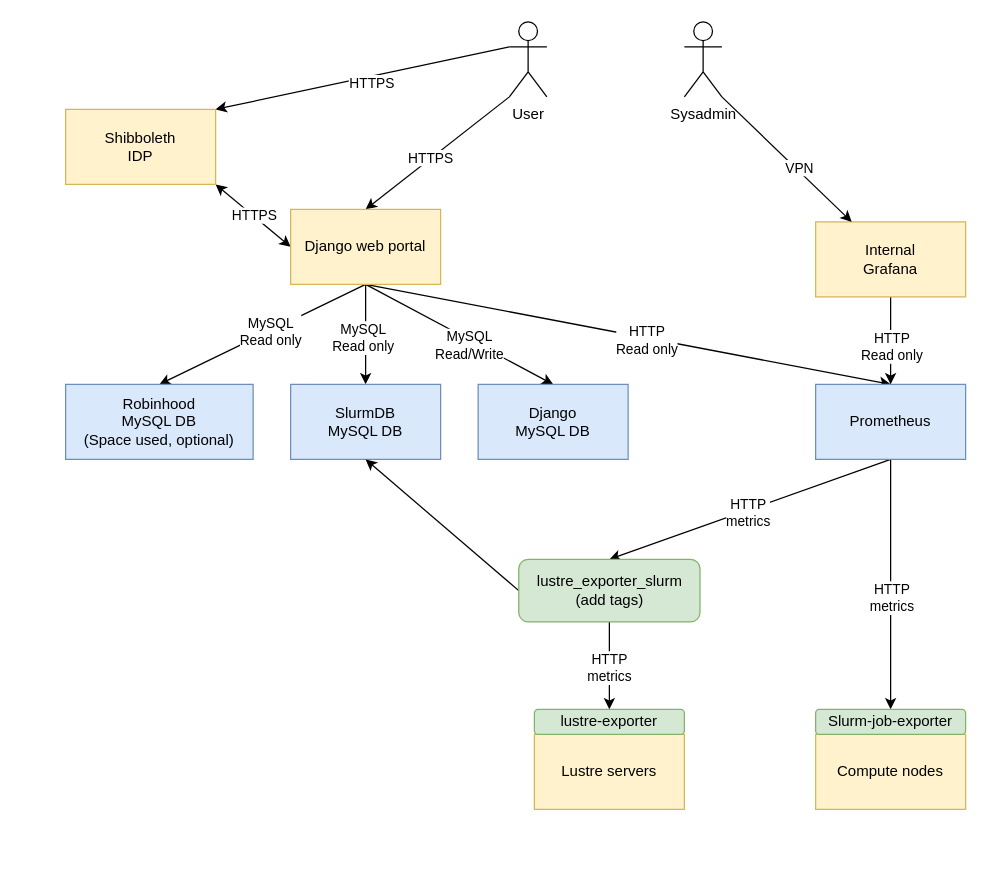
Earlier version of the draw.io diagram docs/userportal.drawio (guilbaults/TrailblazingTurtle). Source tidied: cells renumbered, new cells numbered last; positions are measured from the earlier drawing's top-left corner, leaving out a move shared by most shapes. Both pictures are drawn from the tidied source at 125%, with x=0, y=0 at pixel (65, 21).
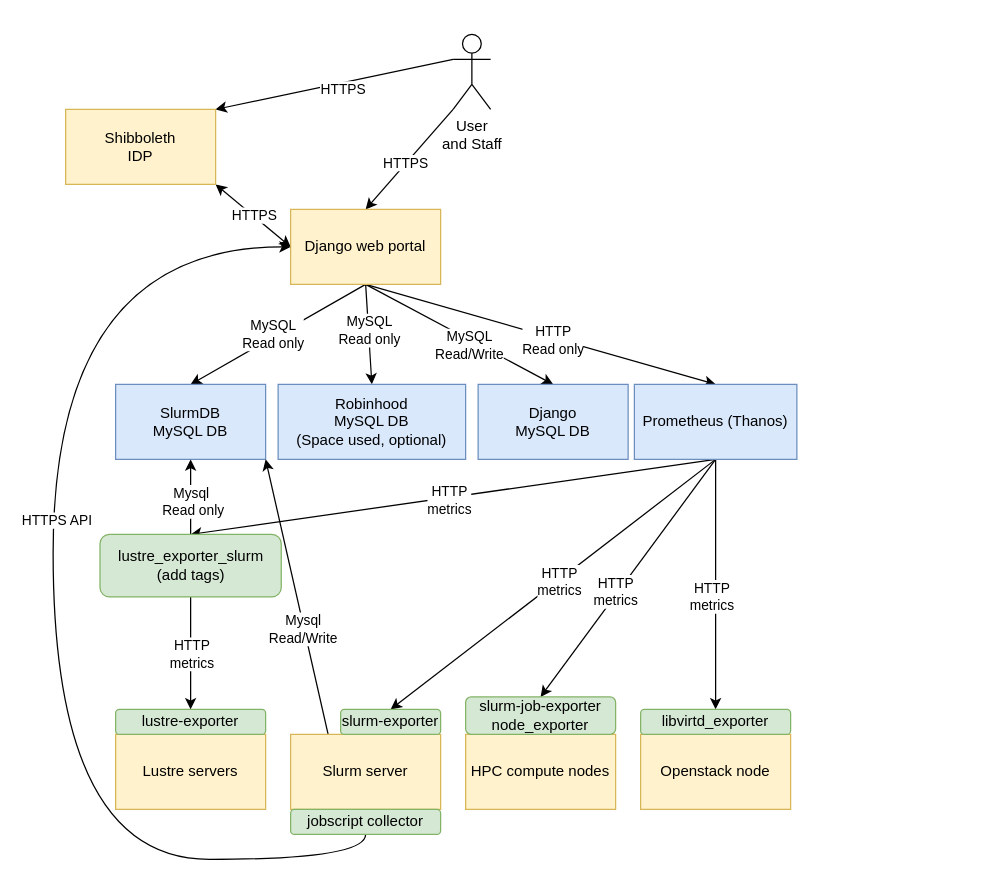
Above is the later version.

Commit message (it also covers changes not shown here):
Updating design diagram

Unchanged cells that the change refers to:
```xml
<mxCell id="17" value="Django web portal" style="rounded=0;whiteSpace=wrap;html=1;fillColor=#fff2cc;strokeColor=#d6b656;" parent="1" vertex="1">
  <mxGeometry x="180" y="150" width="120" height="60" as="geometry" />
</mxCell>
<mxCell id="20" style="edgeStyle=none;rounded=0;jettySize=auto;html=1;exitX=0.5;exitY=1;exitDx=0;exitDy=0;entryX=0.5;entryY=0;entryDx=0;entryDy=0;" parent="1" edge="1" source="22" target="28">
  <mxGeometry relative="1" as="geometry" />
</mxCell>
```

Diff of the diagram source:
```diff
@@
-    <mxCell id="6" value="User" style="shape=umlActor;verticalLabelPosition=bottom;verticalAlign=top;html=1;outlineConnect=0;" parent="1" vertex="1">
-      <mxGeometry x="355" width="30" height="60" as="geometry" />
+    <mxCell id="6" value="User&lt;br&gt;and Staff" style="shape=umlActor;verticalLabelPosition=bottom;verticalAlign=top;html=1;outlineConnect=0;" parent="1" vertex="1">
+      <mxGeometry x="310" y="10" width="30" height="60" as="geometry" />
     </mxCell>
@@
-    <mxCell id="21" value="HTTP&lt;br&gt;metrics" style="edgeLabel;html=1;align=center;verticalAlign=middle;" parent="20" vertex="1">
-      <mxGeometry x="-0.34" y="2" relative="1" as="geometry">
-        <mxPoint x="-2" y="44" as="offset" />
-      </mxGeometry>
-    </mxCell>
+    <mxCell id="41" value="HTTP&lt;br&gt;metrics" style="edgeLabel;html=1;align=center;verticalAlign=middle;" parent="20" vertex="1">
+      <mxGeometry x="0.13" y="-2" relative="1" as="geometry" />
+    </mxCell>
+    <mxCell id="42" style="rounded=0;jettySize=auto;html=1;exitX=0.5;exitY=1;exitDx=0;exitDy=0;entryX=0.5;entryY=0;entryDx=0;entryDy=0;" parent="1" edge="1" source="22" target="48">
+      <mxGeometry relative="1" as="geometry" />
+    </mxCell>
+    <mxCell id="43" value="HTTP&lt;br&gt;metrics" style="edgeLabel;html=1;align=center;verticalAlign=middle;" parent="42" vertex="1">
+      <mxGeometry x="0.09" y="-4" relative="1" as="geometry" />
+    </mxCell>
+    <mxCell id="44" style="rounded=0;jettySize=auto;html=1;exitX=0.5;exitY=1;exitDx=0;exitDy=0;entryX=0.5;entryY=0;entryDx=0;entryDy=0;startArrow=none;startFill=0;endArrow=classic;endFill=1;" parent="1" edge="1" source="22" target="52">
+      <mxGeometry relative="1" as="geometry" />
+    </mxCell>
+    <mxCell id="45" value="HTTP&lt;br&gt;metrics" style="edgeLabel;html=1;align=center;verticalAlign=middle;" parent="44" vertex="1">
+      <mxGeometry x="-0.03" y="1" relative="1" as="geometry" />
+    </mxCell>
-    <mxCell id="22" value="Prometheus" style="rounded=0;whiteSpace=wrap;html=1;fillColor=#dae8fc;strokeColor=#6c8ebf;" parent="1" vertex="1">
-      <mxGeometry x="600" y="290" width="120" height="60" as="geometry" />
+    <mxCell id="22" value="Prometheus (Thanos)" style="rounded=0;whiteSpace=wrap;html=1;fillColor=#dae8fc;strokeColor=#6c8ebf;" parent="1" vertex="1">
+      <mxGeometry x="455" y="290" width="130" height="60" as="geometry" />
     </mxCell>
     <mxCell id="23" value="SlurmDB&lt;br&gt;MySQL DB" style="rounded=0;whiteSpace=wrap;html=1;fillColor=#dae8fc;strokeColor=#6c8ebf;" parent="1" vertex="1">
-      <mxGeometry x="180" y="290" width="120" height="60" as="geometry" />
+      <mxGeometry x="40" y="290" width="120" height="60" as="geometry" />
     </mxCell>
     <mxCell id="24" value="Robinhood&lt;br&gt;MySQL DB&lt;br&gt;(Space used, optional)" style="rounded=0;whiteSpace=wrap;html=1;fillColor=#dae8fc;strokeColor=#6c8ebf;" parent="1" vertex="1">
-      <mxGeometry y="290" width="150" height="60" as="geometry" />
+      <mxGeometry x="170" y="290" width="150" height="60" as="geometry" />
     </mxCell>
     <mxCell id="25" value="Lustre servers" style="rounded=0;whiteSpace=wrap;html=1;fillColor=#fff2cc;strokeColor=#d6b656;" parent="1" vertex="1">
-      <mxGeometry x="375" y="570" width="120" height="60" as="geometry" />
+      <mxGeometry x="40" y="570" width="120" height="60" as="geometry" />
     </mxCell>
     <mxCell id="26" value="lustre-exporter" style="rounded=1;whiteSpace=wrap;html=1;fillColor=#d5e8d4;strokeColor=#82b366;" parent="1" vertex="1">
-      <mxGeometry x="375" y="550" width="120" height="20" as="geometry" />
+      <mxGeometry x="40" y="550" width="120" height="20" as="geometry" />
     </mxCell>
-    <mxCell id="27" value="Compute nodes" style="rounded=0;whiteSpace=wrap;html=1;fillColor=#fff2cc;strokeColor=#d6b656;" parent="1" vertex="1">
-      <mxGeometry x="600" y="570" width="120" height="60" as="geometry" />
+    <mxCell id="27" value="HPC compute nodes" style="rounded=0;whiteSpace=wrap;html=1;fillColor=#fff2cc;strokeColor=#d6b656;" parent="1" vertex="1">
+      <mxGeometry x="320" y="570" width="120" height="60" as="geometry" />
     </mxCell>
-    <mxCell id="28" value="Slurm-job-exporter" style="rounded=1;whiteSpace=wrap;html=1;fillColor=#d5e8d4;strokeColor=#82b366;" parent="1" vertex="1">
-      <mxGeometry x="600" y="550" width="120" height="20" as="geometry" />
+    <mxCell id="28" value="slurm-job-exporter&lt;br&gt;node_exporter" style="rounded=1;whiteSpace=wrap;html=1;fillColor=#d5e8d4;strokeColor=#82b366;" parent="1" vertex="1">
+      <mxGeometry x="320" y="540" width="120" height="30" as="geometry" />
     </mxCell>
-    <mxCell id="29" style="edgeStyle=orthogonalEdgeStyle;rounded=0;jettySize=auto;html=1;exitX=0.5;exitY=1;exitDx=0;exitDy=0;entryX=0.5;entryY=0;entryDx=0;entryDy=0;" parent="1" edge="1" source="32" target="26">
+    <mxCell id="29" style="rounded=0;jettySize=auto;html=1;exitX=0.5;exitY=1;exitDx=0;exitDy=0;entryX=0.5;entryY=0;entryDx=0;entryDy=0;" parent="1" edge="1" source="32" target="26">
       <mxGeometry relative="1" as="geometry" />
     </mxCell>
     <mxCell id="30" value="HTTP&lt;br&gt;metrics" style="edgeLabel;html=1;align=center;verticalAlign=middle;" parent="29" vertex="1">
-      <mxGeometry x="0.04" y="-1" relative="1" as="geometry" />
+      <mxGeometry x="0.04" y="-1" relative="1" as="geometry">
+        <mxPoint x="1" y="-2" as="offset" />
+      </mxGeometry>
     </mxCell>
-    <mxCell id="31" style="rounded=0;jettySize=auto;html=1;exitX=0;exitY=0.5;exitDx=0;exitDy=0;entryX=0.5;entryY=1;entryDx=0;entryDy=0;" parent="1" edge="1" source="32" target="23">
+    <mxCell id="31" style="rounded=0;jettySize=auto;html=1;exitX=0.5;exitY=0;exitDx=0;exitDy=0;entryX=0.5;entryY=1;entryDx=0;entryDy=0;" parent="1" edge="1" source="32" target="23">
       <mxGeometry relative="1" as="geometry" />
     </mxCell>
+    <mxCell id="46" value="Mysql&amp;nbsp;&lt;br&gt;Read only" style="edgeLabel;html=1;align=center;verticalAlign=middle;" parent="31" vertex="1">
+      <mxGeometry x="-0.1" y="-1" relative="1" as="geometry" />
+    </mxCell>
     <mxCell id="32" value="lustre_exporter_slurm&lt;br&gt;(add tags)" style="rounded=1;whiteSpace=wrap;html=1;fillColor=#d5e8d4;strokeColor=#82b366;" parent="1" vertex="1">
-      <mxGeometry x="362.5" y="430" width="145" height="50" as="geometry" />
+      <mxGeometry x="27.5" y="410" width="145" height="50" as="geometry" />
     </mxCell>
@@
-    <mxCell id="35" style="edgeStyle=none;rounded=0;jettySize=auto;html=1;exitX=0.5;exitY=1;exitDx=0;exitDy=0;entryX=0.5;entryY=0;entryDx=0;entryDy=0;startArrow=none;startFill=0;" parent="1" edge="1" source="37" target="22">
-      <mxGeometry relative="1" as="geometry" />
-    </mxCell>
-    <mxCell id="36" value="HTTP&lt;br&gt;Read only" style="edgeLabel;html=1;align=center;verticalAlign=middle;" parent="35" vertex="1">
-      <mxGeometry x="0.11" relative="1" as="geometry" />
-    </mxCell>
-    <mxCell id="37" value="Internal &lt;br&gt;Grafana" style="rounded=0;whiteSpace=wrap;html=1;fillColor=#fff2cc;strokeColor=#d6b656;" parent="1" vertex="1">
-      <mxGeometry x="600" y="160" width="120" height="60" as="geometry" />
-    </mxCell>
-    <mxCell id="38" style="edgeStyle=none;rounded=0;jettySize=auto;html=1;startArrow=none;startFill=0;exitX=1;exitY=1;exitDx=0;exitDy=0;exitPerimeter=0;" parent="1" edge="1" source="40" target="37">
-      <mxGeometry relative="1" as="geometry" />
-    </mxCell>
-    <mxCell id="39" value="VPN" style="edgeLabel;html=1;align=center;verticalAlign=middle;" parent="38" vertex="1">
-      <mxGeometry x="0.16" y="2" relative="1" as="geometry" />
-    </mxCell>
-    <mxCell id="40" value="Sysadmin" style="shape=umlActor;verticalLabelPosition=bottom;verticalAlign=top;html=1;outlineConnect=0;" parent="1" vertex="1">
-      <mxGeometry x="495" width="30" height="60" as="geometry" />
-    </mxCell>
+    <mxCell id="47" value="Openstack node" style="rounded=0;whiteSpace=wrap;html=1;fillColor=#fff2cc;strokeColor=#d6b656;" parent="1" vertex="1">
+      <mxGeometry x="460" y="570" width="120" height="60" as="geometry" />
+    </mxCell>
+    <mxCell id="48" value="libvirtd_exporter" style="rounded=1;whiteSpace=wrap;html=1;fillColor=#d5e8d4;strokeColor=#82b366;" parent="1" vertex="1">
+      <mxGeometry x="460" y="550" width="120" height="20" as="geometry" />
+    </mxCell>
+    <mxCell id="49" style="edgeStyle=none;rounded=0;jettySize=auto;html=1;exitX=0.25;exitY=0;exitDx=0;exitDy=0;entryX=1;entryY=1;entryDx=0;entryDy=0;startArrow=none;startFill=0;endArrow=classic;endFill=1;" parent="1" edge="1" source="51" target="23">
+      <mxGeometry relative="1" as="geometry" />
+    </mxCell>
+    <mxCell id="50" value="Mysql&lt;br&gt;Read/Write" style="edgeLabel;html=1;align=center;verticalAlign=middle;" parent="49" vertex="1">
+      <mxGeometry x="-0.23" y="1" relative="1" as="geometry" />
+    </mxCell>
+    <mxCell id="51" value="Slurm server" style="rounded=0;whiteSpace=wrap;html=1;fillColor=#fff2cc;strokeColor=#d6b656;" parent="1" vertex="1">
+      <mxGeometry x="180" y="570" width="120" height="60" as="geometry" />
+    </mxCell>
+    <mxCell id="52" value="slurm-exporter" style="rounded=1;whiteSpace=wrap;html=1;fillColor=#d5e8d4;strokeColor=#82b366;" parent="1" vertex="1">
+      <mxGeometry x="220" y="550" width="80" height="20" as="geometry" />
+    </mxCell>
+    <mxCell id="53" style="edgeStyle=orthogonalEdgeStyle;rounded=0;jettySize=auto;html=1;exitX=0.5;exitY=1;exitDx=0;exitDy=0;entryX=0;entryY=0.5;entryDx=0;entryDy=0;startArrow=none;startFill=0;endArrow=classic;endFill=1;curved=1;" parent="1" edge="1" source="55" target="17">
+      <mxGeometry relative="1" as="geometry">
+        <Array as="points">
+          <mxPoint x="240" y="670" />
+          <mxPoint x="-10" y="670" />
+          <mxPoint x="-10" y="180" />
+        </Array>
+      </mxGeometry>
+    </mxCell>
+    <mxCell id="54" value="HTTPS API" style="edgeLabel;html=1;align=center;verticalAlign=middle;" parent="53" vertex="1">
+      <mxGeometry x="0.14" y="-2" relative="1" as="geometry" />
+    </mxCell>
+    <mxCell id="55" value="jobscript collector" style="rounded=1;whiteSpace=wrap;html=1;fillColor=#d5e8d4;strokeColor=#82b366;" parent="1" vertex="1">
+      <mxGeometry x="180" y="630" width="120" height="20" as="geometry" />
+    </mxCell>
```
